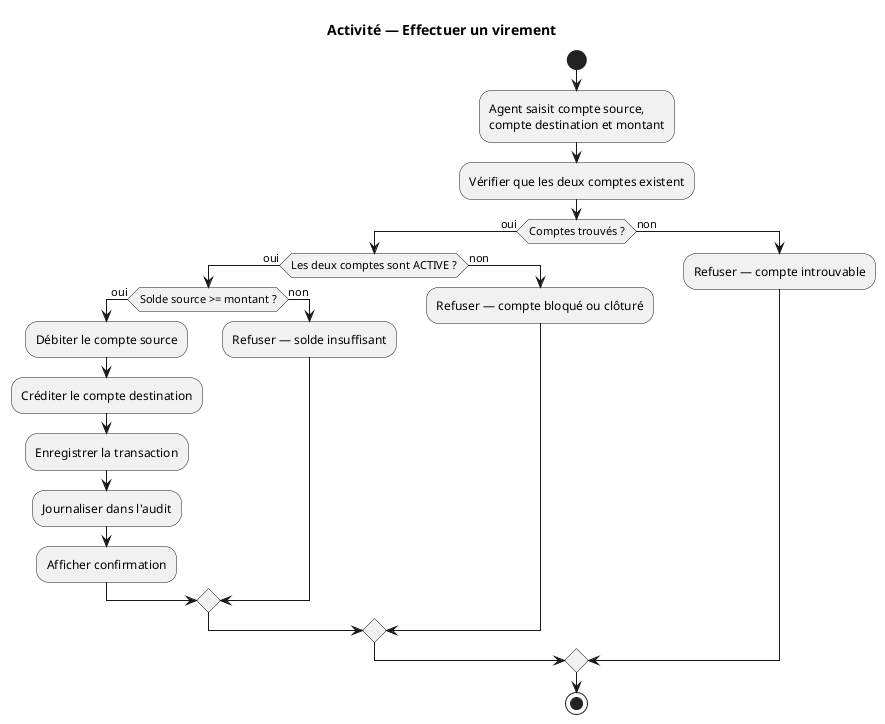
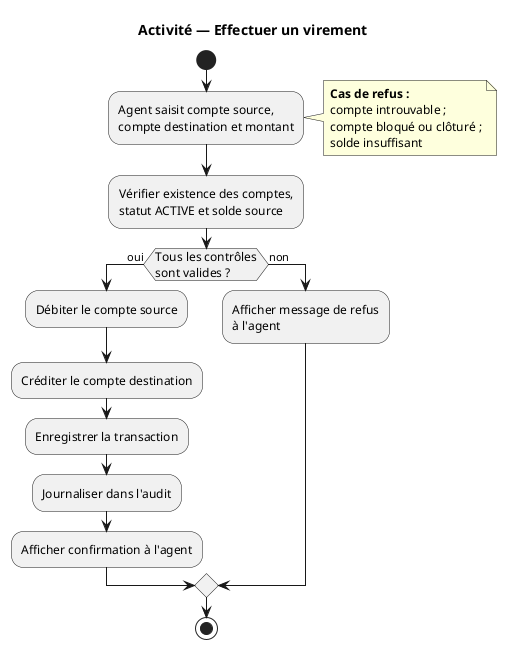
@startuml diagramme-activite-virement
skinparam shadowing false
+ skinparam defaultFontSize 12
+ skinparam ActivityFontSize 12
+ skinparam ArrowFontSize 11

title Activité — Effectuer un virement

start

:Agent saisit compte source,\ncompte destination et montant;

- :Vérifier que les deux comptes existent;
+ note right
+   **Cas de refus :**
+   compte introuvable ;
+   compte bloqué ou clôturé ;
+   solde insuffisant
+ end note

- if (Comptes trouvés ?) then (oui)
-   if (Les deux comptes sont ACTIVE ?) then (oui)
-     if (Solde source >= montant ?) then (oui)
-       :Débiter le compte source;
-       :Créditer le compte destination;
-       :Enregistrer la transaction;
-       :Journaliser dans l'audit;
-       :Afficher confirmation;
-     else (non)
-       :Refuser — solde insuffisant;
-     endif
-   else (non)
-     :Refuser — compte bloqué ou clôturé;
-   endif
+ :Vérifier existence des comptes,\nstatut ACTIVE et solde source;
+ 
+ if (Tous les contrôles\nsont valides ?) then (oui)
+   :Débiter le compte source;
+   :Créditer le compte destination;
+   :Enregistrer la transaction;
+   :Journaliser dans l'audit;
+   :Afficher confirmation à l'agent;
else (non)
-   :Refuser — compte introuvable;
+   :Afficher message de refus\nà l'agent;
endif

stop

@enduml
